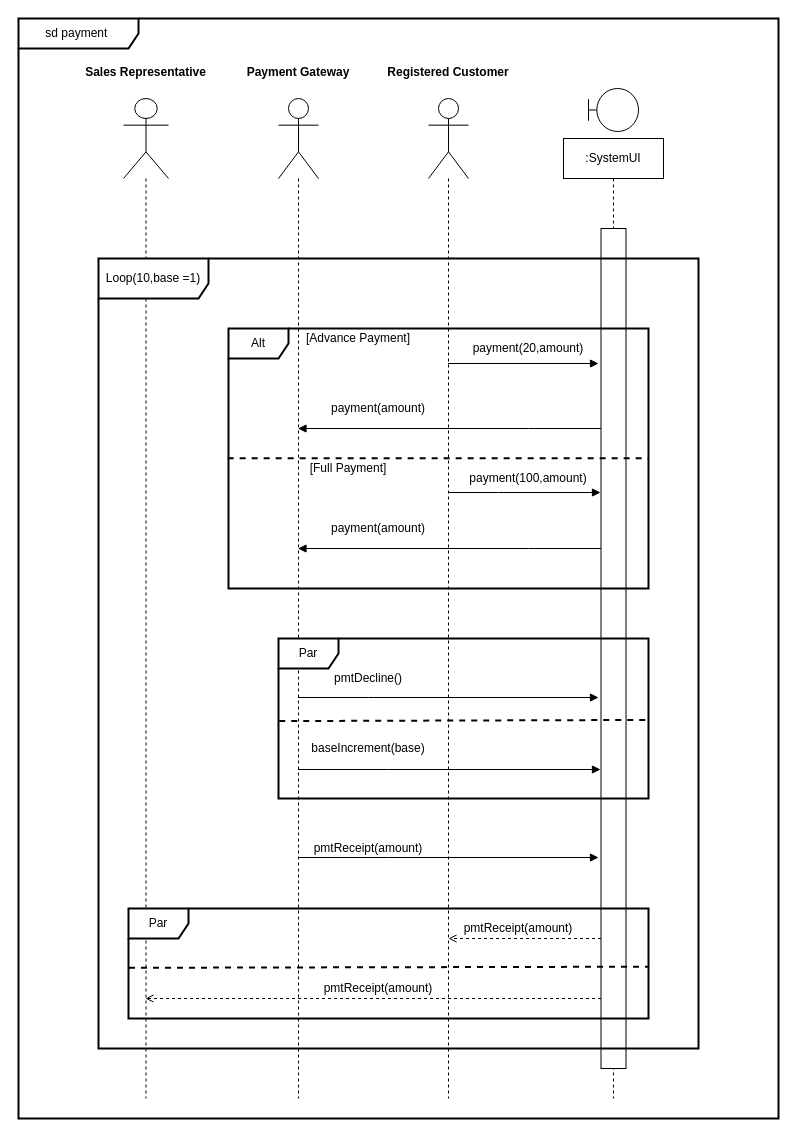
The draw.io diagram Projects/Software Engineering/Payment System - Copy.drawio in IT21003332/Y2S1, before the edit. Source tidied: cells renumbered, new cells numbered last; positions are measured from the earlier drawing's top-left corner, leaving out a move shared by most shapes. Both pictures are drawn from the tidied source at 100%, with x=0, y=0 at pixel (18, 18).
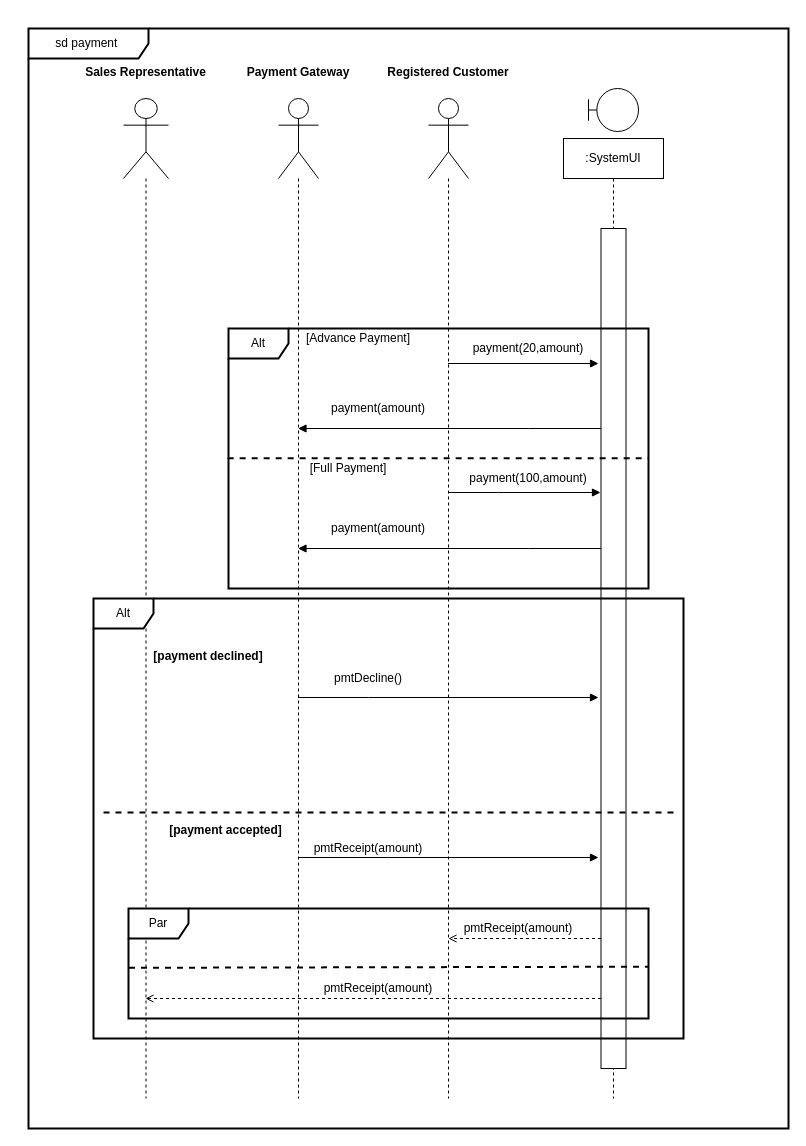
The same diagram, later.

Commit message (it also covers changes not shown here):
sequence comms and user

Unchanged cells that the change refers to:
```xml
<mxCell id="7" style="shape=umlLifeline;participant=umlActor;perimeter=lifelinePerimeter;whiteSpace=wrap;html=1;verticalAlign=top;spacingTop=36;outlineConnect=0;size=80;" parent="1" vertex="1">
  <mxGeometry x="260" y="80" width="40" height="1000" as="geometry" />
</mxCell>
```

Diff of the diagram source:
```diff
@@
-    <mxCell id="5" style="edgeStyle=orthogonalEdgeStyle;rounded=0;jettySize=auto;html=1;endArrow=block;endFill=1;" parent="1" edge="1" source="7">
-      <mxGeometry relative="1" as="geometry">
-        <mxPoint x="582" y="751" as="targetPoint" />
-        <Array as="points">
-          <mxPoint x="370" y="751" />
-          <mxPoint x="370" y="751" />
-        </Array>
-      </mxGeometry>
-    </mxCell>
@@
-    <mxCell id="27" value="baseIncrement(base)" style="text;html=1;strokeColor=none;fillColor=none;align=center;verticalAlign=middle;whiteSpace=wrap;rounded=0;" parent="1" vertex="1">
-      <mxGeometry x="330" y="720" width="40" height="20" as="geometry" />
-    </mxCell>
-    <mxCell id="28" value="Par" style="shape=umlFrame;whiteSpace=wrap;html=1;strokeWidth=2;" parent="1" vertex="1">
-      <mxGeometry x="260" y="620" width="370" height="160" as="geometry" />
-    </mxCell>
@@
-    <mxCell id="35" style="endArrow=none;dashed=1;html=1;strokeWidth=2;exitX=0.002;exitY=0.516;exitDx=0;exitDy=0;exitPerimeter=0;entryX=1.005;entryY=0.509;entryDx=0;entryDy=0;entryPerimeter=0;" parent="1" edge="1" source="28" target="28">
-      <mxGeometry relative="1" as="geometry" />
-    </mxCell>
@@
-    <mxCell id="37" value="Loop(10,base =1)" style="shape=umlFrame;whiteSpace=wrap;html=1;strokeWidth=2;width=110;height=40;" parent="1" vertex="1">
-      <mxGeometry x="80" y="240" width="600" height="790" as="geometry" />
-    </mxCell>
     <mxCell id="38" value="sd payment&amp;nbsp;" style="shape=umlFrame;whiteSpace=wrap;html=1;strokeWidth=2;width=120;height=30;" parent="1" vertex="1">
-      <mxGeometry width="760" height="1100" as="geometry" />
+      <mxGeometry x="10" y="10" width="760" height="1100" as="geometry" />
     </mxCell>
+    <mxCell id="39" value="[payment accepted]" style="text;align=center;fontStyle=1;verticalAlign=middle;spacingLeft=3;spacingRight=3;strokeColor=none;" parent="1" vertex="1">
+      <mxGeometry x="167.5" y="798" width="80" height="26" as="geometry" />
+    </mxCell>
+    <mxCell id="40" value="Alt" style="shape=umlFrame;whiteSpace=wrap;html=1;strokeWidth=2;" parent="1" vertex="1">
+      <mxGeometry x="75" y="580" width="590" height="440" as="geometry" />
+    </mxCell>
+    <mxCell id="41" style="line;strokeWidth=2;fillColor=none;align=left;verticalAlign=middle;spacingTop=-1;spacingLeft=3;spacingRight=3;labelPosition=right;dashed=1;" parent="1" vertex="1">
+      <mxGeometry x="85" y="790" width="570" height="8" as="geometry" />
+    </mxCell>
+    <mxCell id="42" value="[payment declined]" style="text;align=center;fontStyle=1;verticalAlign=middle;spacingLeft=3;spacingRight=3;strokeColor=none;dashed=1;" parent="1" vertex="1">
+      <mxGeometry x="150" y="624" width="80" height="26" as="geometry" />
+    </mxCell>
```
